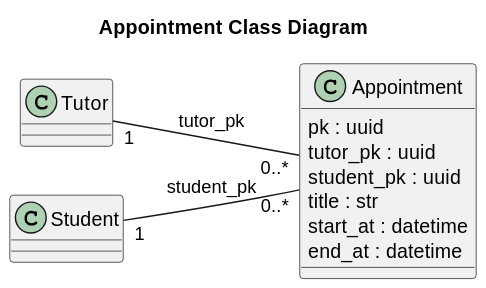
Before: docs/diagrams/classes/appointment.svg, a diagram exported from PlantUML (KMBCL/P3_specifications). Source of this version:
```plantuml
@startuml
title Appointment Class Diagram

left to right direction

class Appointment {
    pk : uuid
    tutor_pk : uuid
    student_pk : uuid
    title : str
    start_at : datetime
    end_at : datetime
}

Tutor "1" -- "0..*" Appointment : tutor_pk
Student "1" -- "0..*" Appointment : student_pk
@enduml
```
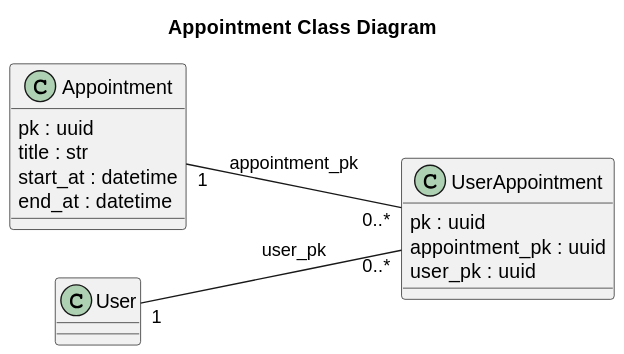
Later version of the same file.

Diff of the diagram source:
```diff
@@ -5,13 +5,17 @@
 
 class Appointment {
     pk : uuid
-    tutor_pk : uuid
-    student_pk : uuid
     title : str
     start_at : datetime
     end_at : datetime
 }
 
-Tutor "1" -- "0..*" Appointment : tutor_pk
-Student "1" -- "0..*" Appointment : student_pk
+class UserAppointment {
+    pk : uuid
+    appointment_pk : uuid
+    user_pk : uuid
+}
+
+User "1" -- "0..*" UserAppointment : user_pk
+Appointment "1" -- "0..*"  UserAppointment: appointment_pk
 @enduml
```
